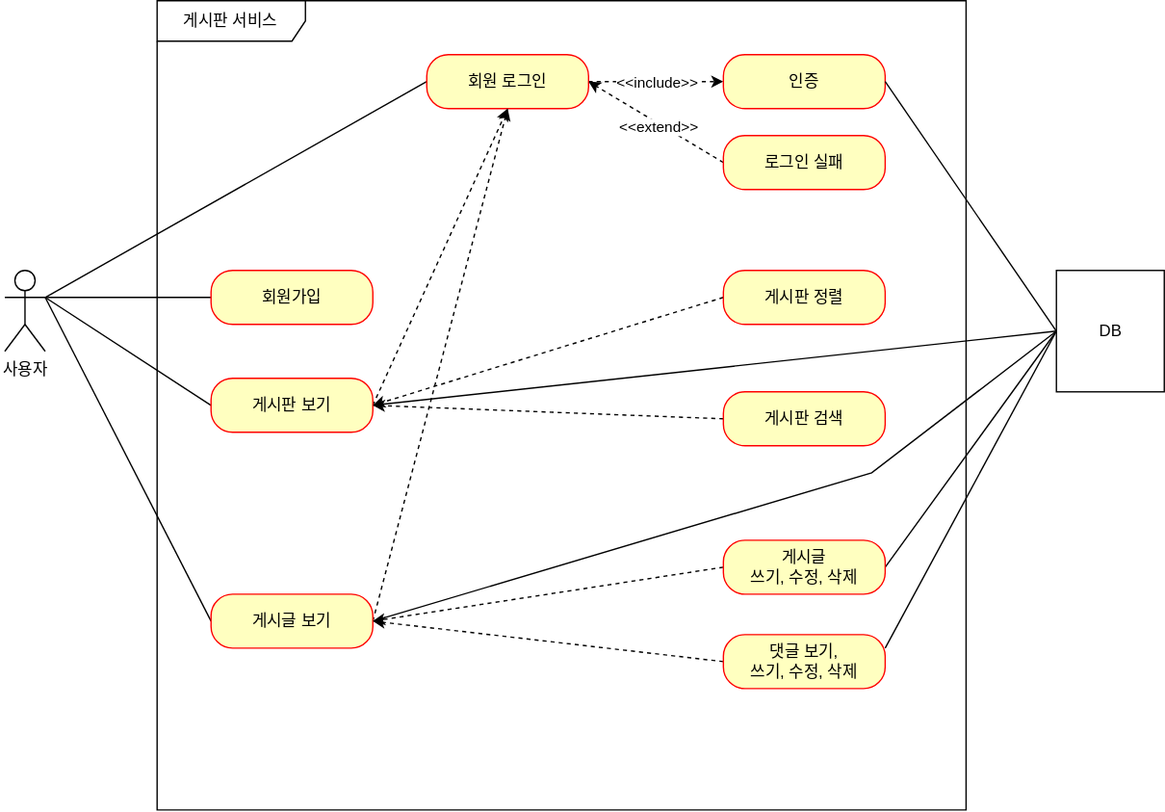
Before: document/use-case.svg, a diagram exported from draw.io (jinnnii/fastcampus-backend-board). Source tidied: cells renumbered, new cells last; positions are measured from the earlier drawing's top-left corner, leaving out a move shared by most shapes.
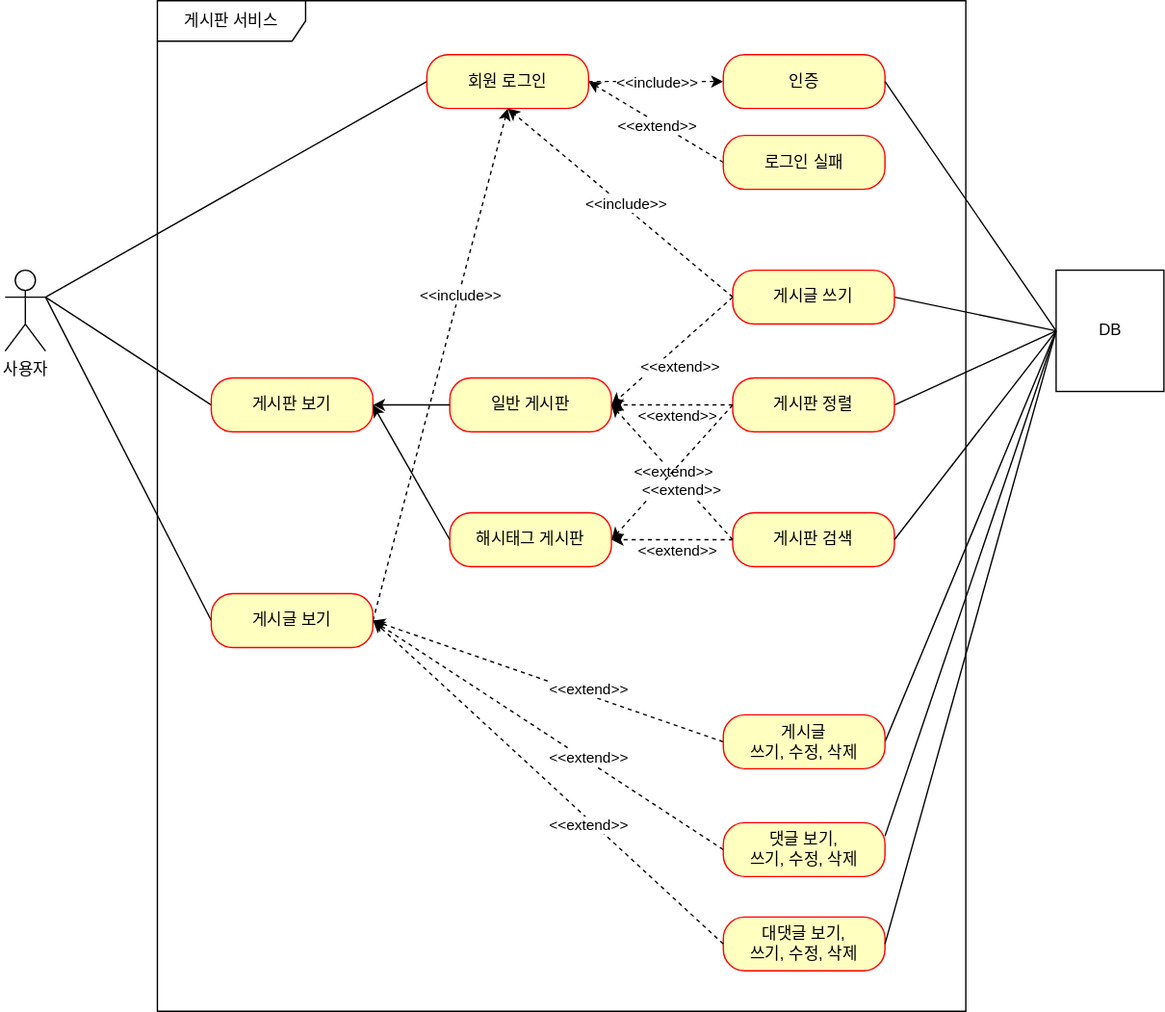
The same file after the commit.

Diff of the diagram source:
```diff
@@ -3,12 +3,12 @@
     <mxCell id="0" />
     <mxCell id="1" parent="0" />
     <mxCell id="2" value="게시판 서비스" style="shape=umlFrame;whiteSpace=wrap;html=1;width=110;height=30;" parent="1" vertex="1">
-      <mxGeometry x="113" width="600" height="600" as="geometry" />
+      <mxGeometry x="113" width="600" height="750" as="geometry" />
     </mxCell>
     <mxCell id="3" style="rounded=0;jettySize=auto;html=1;exitX=1;exitY=0.3333333333333333;exitDx=0;exitDy=0;exitPerimeter=0;entryX=0;entryY=0.5;entryDx=0;entryDy=0;endArrow=none;endFill=0;fontFamily=Helvetica;" parent="1" edge="1" source="7" target="11">
       <mxGeometry relative="1" as="geometry" />
     </mxCell>
-    <mxCell id="4" style="edgeStyle=none;rounded=0;jettySize=auto;html=1;exitX=1;exitY=0.3333333333333333;exitDx=0;exitDy=0;exitPerimeter=0;entryX=0;entryY=0.5;entryDx=0;entryDy=0;endArrow=none;endFill=0;fontFamily=Helvetica;" parent="1" edge="1" source="7" target="8">
+    <mxCell id="4" style="edgeStyle=none;rounded=0;jettySize=auto;html=1;exitX=1;exitY=0.5;exitDx=0;exitDy=0;entryX=0;entryY=0.5;entryDx=0;entryDy=0;endArrow=none;endFill=0;fontFamily=Helvetica;" parent="1" edge="1" source="43" target="33">
       <mxGeometry relative="1" as="geometry" />
     </mxCell>
     <mxCell id="5" style="edgeStyle=none;rounded=0;jettySize=auto;html=1;exitX=1;exitY=0.3333333333333333;exitDx=0;exitDy=0;exitPerimeter=0;entryX=0;entryY=0.5;entryDx=0;entryDy=0;endArrow=none;endFill=0;fontFamily=Helvetica;" parent="1" edge="1" source="7" target="14">
@@ -20,9 +20,6 @@
     <mxCell id="7" value="사용자&lt;br&gt;" style="shape=umlActor;verticalLabelPosition=bottom;verticalAlign=top;html=1;fontFamily=Helvetica;" parent="1" vertex="1">
       <mxGeometry y="200" width="30" height="60" as="geometry" />
     </mxCell>
-    <mxCell id="8" value="회원가입" style="rounded=1;whiteSpace=wrap;html=1;arcSize=40;fontColor=#000000;fillColor=#ffffc0;strokeColor=#ff0000;fontFamily=Helvetica;" parent="1" vertex="1">
-      <mxGeometry x="153" y="200" width="120" height="40" as="geometry" />
-    </mxCell>
     <mxCell id="9" style="edgeStyle=none;rounded=0;jettySize=auto;html=1;exitX=1;exitY=0.5;exitDx=0;exitDy=0;entryX=0;entryY=0.5;entryDx=0;entryDy=0;endArrow=classic;endFill=1;dashed=1;fontFamily=Helvetica;" parent="1" edge="1" source="11" target="18">
       <mxGeometry relative="1" as="geometry" />
     </mxCell>
@@ -34,12 +31,6 @@
     <mxCell id="11" value="회원 로그인" style="rounded=1;whiteSpace=wrap;html=1;arcSize=40;fontColor=#000000;fillColor=#ffffc0;strokeColor=#ff0000;fontFamily=Helvetica;" parent="1" vertex="1">
       <mxGeometry x="313" y="40" width="120" height="40" as="geometry" />
     </mxCell>
-    <mxCell id="12" style="edgeStyle=none;rounded=0;jettySize=auto;html=1;exitX=1;exitY=0.5;exitDx=0;exitDy=0;entryX=0.5;entryY=1;entryDx=0;entryDy=0;dashed=1;endArrow=classic;endFill=1;fontFamily=Helvetica;" parent="1" edge="1" source="14" target="11">
-      <mxGeometry relative="1" as="geometry" />
-    </mxCell>
-    <mxCell id="13" style="edgeStyle=none;rounded=0;jettySize=auto;html=1;exitX=1;exitY=0.5;exitDx=0;exitDy=0;entryX=0;entryY=0.5;entryDx=0;entryDy=0;endArrow=none;endFill=0;fontFamily=Helvetica;" parent="1" edge="1" source="14" target="33">
-      <mxGeometry relative="1" as="geometry" />
-    </mxCell>
     <mxCell id="14" value="게시판 보기" style="rounded=1;whiteSpace=wrap;html=1;arcSize=40;fontColor=#000000;fillColor=#ffffc0;strokeColor=#ff0000;fontFamily=Helvetica;" parent="1" vertex="1">
       <mxGeometry x="153" y="280" width="120" height="40" as="geometry" />
     </mxCell>
@@ -48,12 +39,8 @@
         <mxPoint x="373" y="80" as="targetPoint" />
       </mxGeometry>
     </mxCell>
-    <mxCell id="16" style="edgeStyle=none;rounded=0;jettySize=auto;html=1;exitX=1;exitY=0.5;exitDx=0;exitDy=0;entryX=0;entryY=0.5;entryDx=0;entryDy=0;endArrow=none;endFill=0;fontFamily=Helvetica;" parent="1" edge="1" source="17" target="33">
-      <mxGeometry relative="1" as="geometry">
-        <Array as="points">
-          <mxPoint x="643" y="350" />
-        </Array>
-      </mxGeometry>
+    <mxCell id="16" style="edgeStyle=none;rounded=0;jettySize=auto;html=1;exitX=1;exitY=0.5;exitDx=0;exitDy=0;entryX=0;entryY=0.5;entryDx=0;entryDy=0;endArrow=none;endFill=0;fontFamily=Helvetica;startArrow=none;" parent="1" edge="1" source="23" target="33">
+      <mxGeometry relative="1" as="geometry" />
     </mxCell>
     <mxCell id="17" value="게시글 보기" style="rounded=1;whiteSpace=wrap;html=1;arcSize=40;fontColor=#000000;fillColor=#ffffc0;strokeColor=#ff0000;fontFamily=Helvetica;" parent="1" vertex="1">
       <mxGeometry x="153" y="440" width="120" height="40" as="geometry" />
@@ -72,19 +59,8 @@
     <mxCell id="21" value="로그인 실패" style="rounded=1;whiteSpace=wrap;html=1;arcSize=40;fontColor=#000000;fillColor=#ffffc0;strokeColor=#ff0000;fontFamily=Helvetica;" parent="1" vertex="1">
       <mxGeometry x="533" y="100" width="120" height="40" as="geometry" />
     </mxCell>
-    <mxCell id="22" style="edgeStyle=none;rounded=0;jettySize=auto;html=1;exitX=0;exitY=0.5;exitDx=0;exitDy=0;entryX=1;entryY=0.5;entryDx=0;entryDy=0;dashed=1;endArrow=classic;endFill=1;fontFamily=Helvetica;" parent="1" edge="1" source="23" target="14">
-      <mxGeometry relative="1" as="geometry" />
-    </mxCell>
-    <mxCell id="23" value="게시판 정렬" style="rounded=1;whiteSpace=wrap;html=1;arcSize=40;fontColor=#000000;fillColor=#ffffc0;strokeColor=#ff0000;fontFamily=Helvetica;" parent="1" vertex="1">
-      <mxGeometry x="533" y="200" width="120" height="40" as="geometry" />
-    </mxCell>
-    <mxCell id="24" style="edgeStyle=none;rounded=0;jettySize=auto;html=1;exitX=0;exitY=0.5;exitDx=0;exitDy=0;dashed=1;endArrow=classic;endFill=1;fontFamily=Helvetica;" parent="1" edge="1" source="25">
-      <mxGeometry relative="1" as="geometry">
-        <mxPoint x="273" y="300" as="targetPoint" />
-      </mxGeometry>
-    </mxCell>
     <mxCell id="25" value="게시판 검색" style="rounded=1;whiteSpace=wrap;html=1;arcSize=40;fontColor=#000000;fillColor=#ffffc0;strokeColor=#ff0000;fontFamily=Helvetica;" parent="1" vertex="1">
-      <mxGeometry x="533" y="290" width="120" height="40" as="geometry" />
+      <mxGeometry x="540" y="380" width="120" height="40" as="geometry" />
     </mxCell>
     <mxCell id="26" style="edgeStyle=none;rounded=0;jettySize=auto;html=1;exitX=0;exitY=0.5;exitDx=0;exitDy=0;dashed=1;endArrow=classic;endFill=1;fontFamily=Helvetica;" parent="1" edge="1" source="28">
       <mxGeometry relative="1" as="geometry">
@@ -95,7 +71,7 @@
       <mxGeometry relative="1" as="geometry" />
     </mxCell>
     <mxCell id="28" value="게시글 &lt;br&gt;쓰기, 수정, 삭제" style="rounded=1;whiteSpace=wrap;html=1;arcSize=40;fontColor=#000000;fillColor=#ffffc0;strokeColor=#ff0000;fontFamily=Helvetica;" parent="1" vertex="1">
-      <mxGeometry x="533" y="400" width="120" height="40" as="geometry" />
+      <mxGeometry x="533" y="530" width="120" height="40" as="geometry" />
     </mxCell>
     <mxCell id="29" style="edgeStyle=none;rounded=0;jettySize=auto;html=1;exitX=0;exitY=0.5;exitDx=0;exitDy=0;dashed=1;endArrow=classic;endFill=1;fontFamily=Helvetica;" parent="1" edge="1" source="31">
       <mxGeometry relative="1" as="geometry">
@@ -106,7 +82,7 @@
       <mxGeometry relative="1" as="geometry" />
     </mxCell>
     <mxCell id="31" value="댓글 보기,&lt;br&gt;쓰기, 수정, 삭제" style="rounded=1;whiteSpace=wrap;html=1;arcSize=40;fontColor=#000000;fillColor=#ffffc0;strokeColor=#ff0000;fontFamily=Helvetica;" parent="1" vertex="1">
-      <mxGeometry x="533" y="470" width="120" height="40" as="geometry" />
+      <mxGeometry x="533" y="610" width="120" height="40" as="geometry" />
     </mxCell>
     <mxCell id="32" style="edgeStyle=none;rounded=0;jettySize=auto;html=1;exitX=0;exitY=0.5;exitDx=0;exitDy=0;entryX=1;entryY=0.5;entryDx=0;entryDy=0;endArrow=none;endFill=0;fontFamily=Helvetica;" parent="1" edge="1" source="33" target="18">
       <mxGeometry relative="1" as="geometry" />
@@ -114,5 +90,101 @@
     <mxCell id="33" value="DB" style="html=1;fontFamily=Helvetica;" parent="1" vertex="1">
       <mxGeometry x="780" y="200" width="80" height="90" as="geometry" />
     </mxCell>
+    <mxCell id="34" value="일반 게시판" style="rounded=1;whiteSpace=wrap;html=1;arcSize=40;fontColor=#000000;fillColor=#ffffc0;strokeColor=#ff0000;fontFamily=Helvetica;" parent="1" vertex="1">
+      <mxGeometry x="330" y="280" width="120" height="40" as="geometry" />
+    </mxCell>
+    <mxCell id="35" value="해시태그 게시판" style="rounded=1;whiteSpace=wrap;html=1;arcSize=40;fontColor=#000000;fillColor=#ffffc0;strokeColor=#ff0000;fontFamily=Helvetica;" parent="1" vertex="1">
+      <mxGeometry x="330" y="380" width="120" height="40" as="geometry" />
+    </mxCell>
+    <mxCell id="36" style="endArrow=classic;html=1;rounded=0;entryX=1;entryY=0.5;entryDx=0;entryDy=0;exitX=0;exitY=0.5;exitDx=0;exitDy=0;" parent="1" edge="1" source="34" target="14">
+      <mxGeometry relative="1" as="geometry" />
+    </mxCell>
+    <mxCell id="37" style="endArrow=classic;html=1;rounded=0;entryX=1;entryY=0.5;entryDx=0;entryDy=0;exitX=0;exitY=0.5;exitDx=0;exitDy=0;" parent="1" edge="1" source="35" target="14">
+      <mxGeometry relative="1" as="geometry" />
+    </mxCell>
+    <mxCell id="38" value="대댓글 보기,&lt;br&gt;쓰기, 수정, 삭제" style="rounded=1;whiteSpace=wrap;html=1;arcSize=40;fontColor=#000000;fillColor=#ffffc0;strokeColor=#ff0000;fontFamily=Helvetica;" parent="1" vertex="1">
+      <mxGeometry x="533" y="680" width="120" height="40" as="geometry" />
+    </mxCell>
+    <mxCell id="39" style="edgeStyle=none;rounded=0;jettySize=auto;html=1;dashed=1;endArrow=classic;endFill=1;fontFamily=Helvetica;exitX=0;exitY=0.5;exitDx=0;exitDy=0;entryX=1;entryY=0.5;entryDx=0;entryDy=0;" parent="1" edge="1" source="38" target="17">
+      <mxGeometry relative="1" as="geometry" />
+    </mxCell>
+    <mxCell id="40" value="&amp;lt;&amp;lt;extend&amp;gt;&amp;gt;" style="edgeLabel;html=1;align=center;verticalAlign=middle;fontFamily=Helvetica;" parent="1" vertex="1">
+      <mxGeometry x="433" y="510" as="geometry" />
+    </mxCell>
+    <mxCell id="41" value="&amp;lt;&amp;lt;extend&amp;gt;&amp;gt;" style="edgeLabel;html=1;align=center;verticalAlign=middle;fontFamily=Helvetica;" parent="1" vertex="1">
+      <mxGeometry x="440" y="520" as="geometry">
+        <mxPoint x="-7" y="41" as="offset" />
+      </mxGeometry>
+    </mxCell>
+    <mxCell id="42" value="&amp;lt;&amp;lt;extend&amp;gt;&amp;gt;" style="edgeLabel;html=1;align=center;verticalAlign=middle;fontFamily=Helvetica;" parent="1" vertex="1">
+      <mxGeometry x="440" y="570" as="geometry">
+        <mxPoint x="-7" y="41" as="offset" />
+      </mxGeometry>
+    </mxCell>
+    <mxCell id="43" value="게시글 쓰기" style="rounded=1;whiteSpace=wrap;html=1;arcSize=40;fontColor=#000000;fillColor=#ffffc0;strokeColor=#ff0000;fontFamily=Helvetica;" parent="1" vertex="1">
+      <mxGeometry x="540" y="200" width="120" height="40" as="geometry" />
+    </mxCell>
+    <mxCell id="23" value="게시판 정렬" style="rounded=1;whiteSpace=wrap;html=1;arcSize=40;fontColor=#000000;fillColor=#ffffc0;strokeColor=#ff0000;fontFamily=Helvetica;" parent="1" vertex="1">
+      <mxGeometry x="540" y="280" width="120" height="40" as="geometry" />
+    </mxCell>
+    <mxCell id="44" style="edgeStyle=none;rounded=0;jettySize=auto;html=1;exitX=0;exitY=0.5;exitDx=0;exitDy=0;entryX=1;entryY=0.5;entryDx=0;entryDy=0;dashed=1;endArrow=classic;endFill=1;fontFamily=Helvetica;" parent="1" edge="1" source="43" target="34">
+      <mxGeometry relative="1" as="geometry" />
+    </mxCell>
+    <mxCell id="45" value="&amp;lt;&amp;lt;extend&amp;gt;&amp;gt;" style="edgeLabel;html=1;align=center;verticalAlign=middle;fontFamily=Helvetica;" parent="44" vertex="1">
+      <mxGeometry x="0.13" y="4" relative="1" as="geometry">
+        <mxPoint x="9" y="3" as="offset" />
+      </mxGeometry>
+    </mxCell>
+    <mxCell id="46" style="edgeStyle=none;rounded=0;jettySize=auto;html=1;exitX=0;exitY=0.5;exitDx=0;exitDy=0;entryX=1;entryY=0.5;entryDx=0;entryDy=0;dashed=1;endArrow=classic;endFill=1;fontFamily=Helvetica;" parent="1" edge="1" source="23" target="34">
+      <mxGeometry relative="1" as="geometry" />
+    </mxCell>
+    <mxCell id="47" value="&amp;lt;&amp;lt;extend&amp;gt;&amp;gt;" style="edgeLabel;html=1;align=center;verticalAlign=middle;fontFamily=Helvetica;" parent="46" vertex="1">
+      <mxGeometry x="0.13" y="4" relative="1" as="geometry">
+        <mxPoint x="9" y="3" as="offset" />
+      </mxGeometry>
+    </mxCell>
+    <mxCell id="48" style="edgeStyle=none;rounded=0;jettySize=auto;html=1;exitX=0;exitY=0.5;exitDx=0;exitDy=0;entryX=1;entryY=0.5;entryDx=0;entryDy=0;dashed=1;endArrow=classic;endFill=1;fontFamily=Helvetica;" parent="1" edge="1" source="25" target="34">
+      <mxGeometry relative="1" as="geometry" />
+    </mxCell>
+    <mxCell id="49" value="&amp;lt;&amp;lt;extend&amp;gt;&amp;gt;" style="edgeLabel;html=1;align=center;verticalAlign=middle;fontFamily=Helvetica;" parent="48" vertex="1">
+      <mxGeometry x="0.13" y="4" relative="1" as="geometry">
+        <mxPoint x="9" y="3" as="offset" />
+      </mxGeometry>
+    </mxCell>
+    <mxCell id="50" style="edgeStyle=none;rounded=0;jettySize=auto;html=1;exitX=0;exitY=0.5;exitDx=0;exitDy=0;entryX=1;entryY=0.5;entryDx=0;entryDy=0;dashed=1;endArrow=classic;endFill=1;fontFamily=Helvetica;" parent="1" edge="1" source="23" target="35">
+      <mxGeometry relative="1" as="geometry" />
+    </mxCell>
+    <mxCell id="51" value="&amp;lt;&amp;lt;extend&amp;gt;&amp;gt;" style="edgeLabel;html=1;align=center;verticalAlign=middle;fontFamily=Helvetica;" parent="50" vertex="1">
+      <mxGeometry x="0.13" y="4" relative="1" as="geometry">
+        <mxPoint x="9" y="3" as="offset" />
+      </mxGeometry>
+    </mxCell>
+    <mxCell id="52" style="edgeStyle=none;rounded=0;jettySize=auto;html=1;exitX=0;exitY=0.5;exitDx=0;exitDy=0;entryX=1;entryY=0.5;entryDx=0;entryDy=0;dashed=1;endArrow=classic;endFill=1;fontFamily=Helvetica;" parent="1" edge="1" source="25" target="35">
+      <mxGeometry relative="1" as="geometry" />
+    </mxCell>
+    <mxCell id="53" value="&amp;lt;&amp;lt;extend&amp;gt;&amp;gt;" style="edgeLabel;html=1;align=center;verticalAlign=middle;fontFamily=Helvetica;" parent="52" vertex="1">
+      <mxGeometry x="0.13" y="4" relative="1" as="geometry">
+        <mxPoint x="9" y="3" as="offset" />
+      </mxGeometry>
+    </mxCell>
+    <mxCell id="54" style="edgeStyle=none;rounded=0;jettySize=auto;html=1;exitX=1;exitY=0.5;exitDx=0;exitDy=0;entryX=0;entryY=0.5;entryDx=0;entryDy=0;endArrow=none;endFill=0;fontFamily=Helvetica;" parent="1" edge="1" source="25" target="33">
+      <mxGeometry relative="1" as="geometry" />
+    </mxCell>
+    <mxCell id="55" style="edgeStyle=none;rounded=0;jettySize=auto;html=1;exitX=1;exitY=0.5;exitDx=0;exitDy=0;endArrow=none;endFill=0;entryX=0;entryY=0.5;entryDx=0;entryDy=0;fontFamily=Helvetica;" parent="1" edge="1" source="38" target="33">
+      <mxGeometry relative="1" as="geometry" />
+    </mxCell>
+    <mxCell id="56" value="&amp;lt;&amp;lt;include&amp;gt;&amp;gt;" style="edgeLabel;html=1;align=center;verticalAlign=middle;fontFamily=Helvetica;" parent="1" vertex="1">
+      <mxGeometry x="510" y="330" as="geometry">
+        <mxPoint x="-173" y="-112" as="offset" />
+      </mxGeometry>
+    </mxCell>
+    <mxCell id="57" style="edgeStyle=none;rounded=0;jettySize=auto;html=1;exitX=0;exitY=0.5;exitDx=0;exitDy=0;dashed=1;endArrow=classic;endFill=1;fontFamily=Helvetica;entryX=0.5;entryY=1;entryDx=0;entryDy=0;" parent="1" edge="1" source="43" target="11">
+      <mxGeometry relative="1" as="geometry" />
+    </mxCell>
+    <mxCell id="58" value="&amp;lt;&amp;lt;include&amp;gt;&amp;gt;" style="edgeLabel;html=1;align=center;verticalAlign=middle;" parent="57" vertex="1">
+      <mxGeometry x="-0.28" y="3" relative="1" as="geometry">
+        <mxPoint x="-18" y="-22" as="offset" />
+      </mxGeometry>
+    </mxCell>
   </root>
 </mxGraphModel>
```
